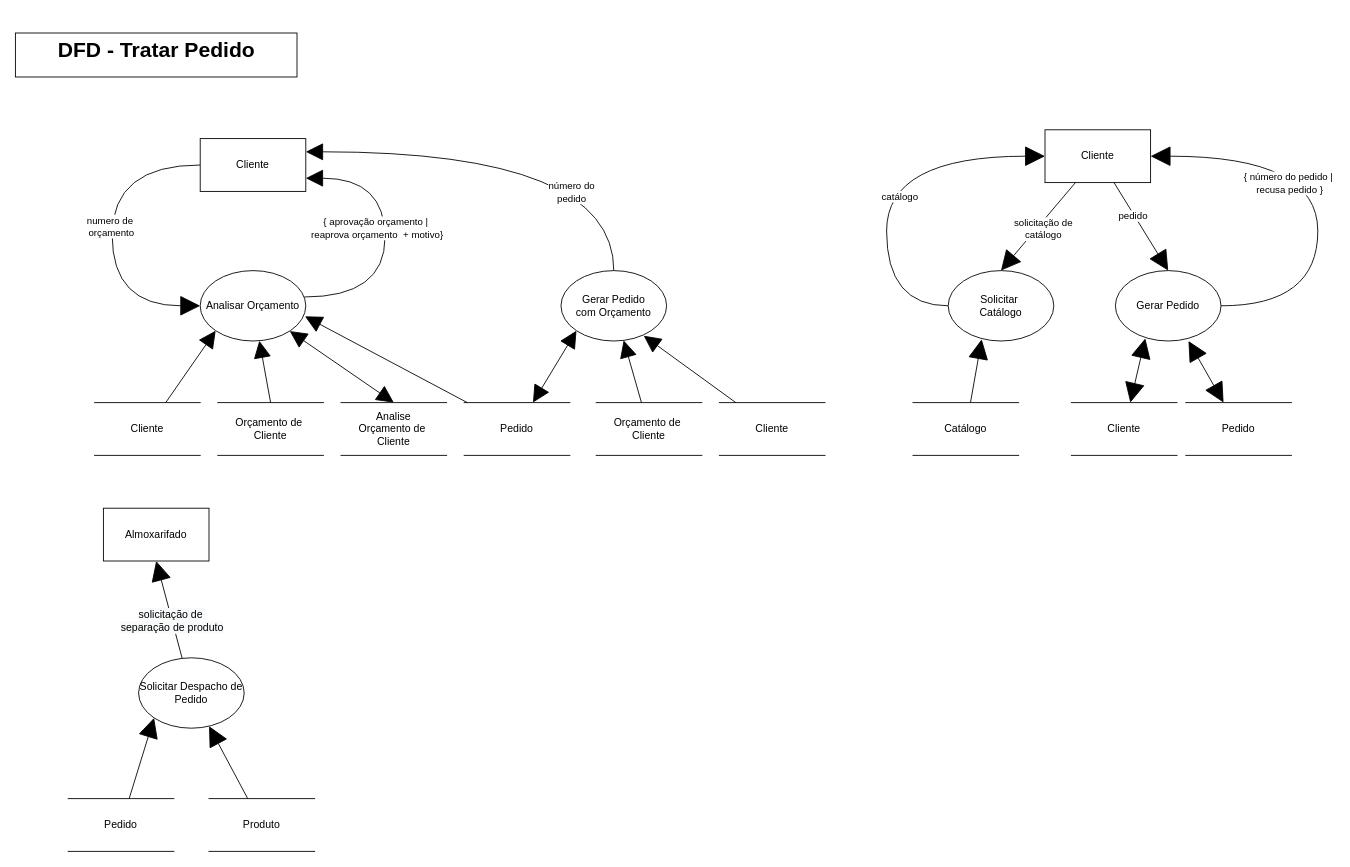
Earlier version of the draw.io diagram Documentation/Arquivos Editaveis/DFD Tratar Pedido.drawio (Systematicos/FindingApp). Source tidied: cells renumbered, new cells numbered last; positions are measured from the earlier drawing's top-left corner, leaving out a move shared by most shapes. Both pictures are drawn from the tidied source at 88%, with x=0, y=0 at pixel (15, 33).
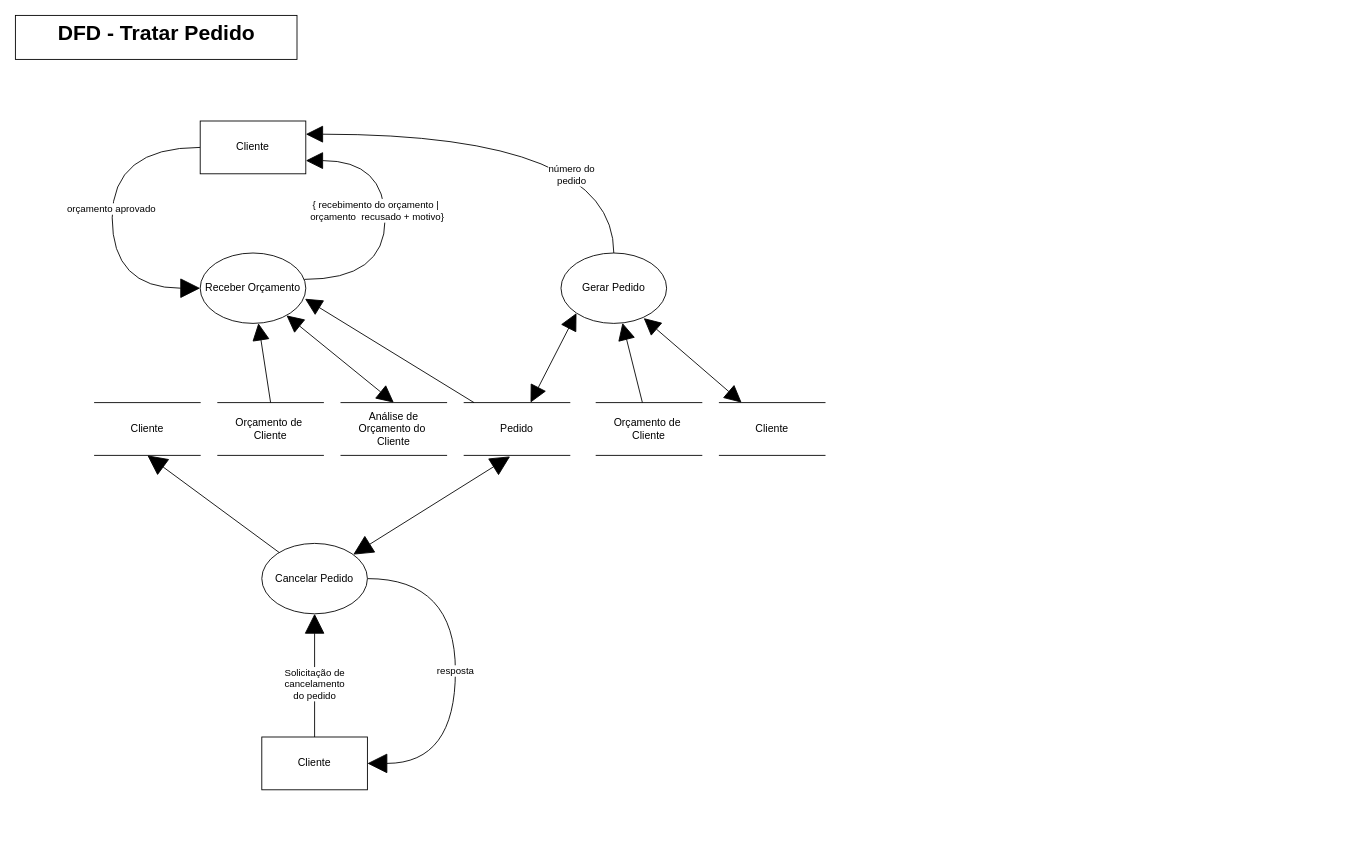
Above is the later version.

The change refers to these unchanged cells:
```xml
<mxCell id="6" value="Cliente" style="shape=partialRectangle;whiteSpace=wrap;html=1;left=0;right=0;fillColor=none;" parent="1" vertex="1">
  <mxGeometry x="90" y="420" width="120" height="60" as="geometry" />
</mxCell>
<mxCell id="20" value="Cliente" style="shape=partialRectangle;whiteSpace=wrap;html=1;left=0;right=0;fillColor=none;" parent="1" vertex="1">
  <mxGeometry x="800" y="420" width="120" height="60" as="geometry" />
</mxCell>
<mxCell id="23" value="Pedido" style="shape=partialRectangle;whiteSpace=wrap;html=1;left=0;right=0;fillColor=none;" parent="1" vertex="1">
  <mxGeometry x="510" y="420" width="120" height="60" as="geometry" />
</mxCell>
```

Diff of the diagram source:
```diff
@@
     <mxCell id="2" style="edgeStyle=orthogonalEdgeStyle;rounded=0;jettySize=auto;html=1;endSize=20;endArrow=block;endFill=1;startSize=20;entryX=0;entryY=0.5;entryDx=0;entryDy=0;curved=1;exitX=0;exitY=0.5;exitDx=0;exitDy=0;" parent="1" edge="1" source="4" target="12">
       <mxGeometry relative="1" as="geometry">
         <Array as="points">
-          <mxPoint x="110" y="150" />
-          <mxPoint x="110" y="310" />
+          <mxPoint x="110" y="130" />
+          <mxPoint x="110" y="290" />
         </Array>
       </mxGeometry>
     </mxCell>
-    <mxCell id="3" value="numero de&amp;nbsp;&lt;br&gt;orçamento" style="edgeLabel;html=1;align=center;verticalAlign=middle;" parent="2" vertex="1">
+    <mxCell id="3" value="orçamento aprovado" style="edgeLabel;html=1;align=center;verticalAlign=middle;" parent="2" vertex="1">
       <mxGeometry x="-0.27" y="-2" relative="1" as="geometry">
         <mxPoint y="38" as="offset" />
       </mxGeometry>
     </mxCell>
     <mxCell id="4" value="Cliente" style="rounded=0;whiteSpace=wrap;html=1;" parent="1" vertex="1">
-      <mxGeometry x="210" y="120" width="120" height="60" as="geometry" />
+      <mxGeometry x="210" y="100" width="120" height="60" as="geometry" />
     </mxCell>
-    <mxCell id="5" style="rounded=0;jettySize=auto;html=1;entryX=0;entryY=1;entryDx=0;entryDy=0;endSize=17;startArrow=none;startFill=0;startSize=17;endArrow=block;endFill=1;" parent="1" edge="1" source="6" target="12">
-      <mxGeometry relative="1" as="geometry" />
-    </mxCell>
@@
     <mxCell id="9" style="edgeStyle=orthogonalEdgeStyle;rounded=0;jettySize=auto;html=1;entryX=1;entryY=0.75;entryDx=0;entryDy=0;startArrow=none;startFill=0;startSize=17;endArrow=block;endFill=1;endSize=17;curved=1;" parent="1" edge="1" source="12" target="4">
       <mxGeometry relative="1" as="geometry">
         <Array as="points">
-          <mxPoint x="420" y="300" />
-          <mxPoint x="420" y="165" />
+          <mxPoint x="420" y="280" />
+          <mxPoint x="420" y="145" />
         </Array>
       </mxGeometry>
     </mxCell>
-    <mxCell id="10" value="{ aprovação orçamento |&amp;nbsp;&lt;br&gt;&amp;nbsp;reaprova orçamento&amp;nbsp; + motivo}&amp;nbsp;" style="edgeLabel;html=1;align=center;verticalAlign=middle;" parent="9" vertex="1">
+    <mxCell id="10" value="{ recebimento do orçamento |&amp;nbsp;&lt;br&gt;&amp;nbsp;orçamento&amp;nbsp; recusado + motivo}&amp;nbsp;" style="edgeLabel;html=1;align=center;verticalAlign=middle;" parent="9" vertex="1">
       <mxGeometry x="-0.4" y="27" relative="1" as="geometry">
         <mxPoint x="17" y="-75.9" as="offset" />
       </mxGeometry>
     </mxCell>
@@
-    <mxCell id="12" value="Analisar Orçamento" style="ellipse;whiteSpace=wrap;html=1;" parent="1" vertex="1">
-      <mxGeometry x="210" y="270" width="120" height="80" as="geometry" />
+    <mxCell id="12" value="Receber Orçamento" style="ellipse;whiteSpace=wrap;html=1;" parent="1" vertex="1">
+      <mxGeometry x="210" y="250" width="120" height="80" as="geometry" />
     </mxCell>
-    <mxCell id="13" value="Analise &lt;br&gt;Orçamento de&amp;nbsp;&lt;br&gt;Cliente" style="shape=partialRectangle;whiteSpace=wrap;html=1;left=0;right=0;fillColor=none;" parent="1" vertex="1">
+    <mxCell id="13" value="Análise de&lt;br&gt;Orçamento do&amp;nbsp;&lt;br&gt;Cliente" style="shape=partialRectangle;whiteSpace=wrap;html=1;left=0;right=0;fillColor=none;" parent="1" vertex="1">
       <mxGeometry x="370" y="420" width="120" height="60" as="geometry" />
     </mxCell>
     <mxCell id="14" style="edgeStyle=orthogonalEdgeStyle;rounded=0;jettySize=auto;html=1;entryX=1;entryY=0.25;entryDx=0;entryDy=0;startArrow=none;startFill=0;startSize=17;endArrow=block;endFill=1;endSize=17;curved=1;" parent="1" edge="1" source="16" target="4">
       <mxGeometry relative="1" as="geometry">
         <Array as="points">
-          <mxPoint x="680" y="135" />
+          <mxPoint x="680" y="115" />
         </Array>
       </mxGeometry>
     </mxCell>
@@
-    <mxCell id="16" value="Gerar Pedido&lt;br&gt;com Orçamento" style="ellipse;whiteSpace=wrap;html=1;" parent="1" vertex="1">
-      <mxGeometry x="620" y="270" width="120" height="80" as="geometry" />
+    <mxCell id="16" value="Gerar Pedido&lt;br&gt;" style="ellipse;whiteSpace=wrap;html=1;" parent="1" vertex="1">
+      <mxGeometry x="620" y="250" width="120" height="80" as="geometry" />
     </mxCell>
@@
-    <mxCell id="19" style="edgeStyle=none;rounded=0;jettySize=auto;html=1;entryX=0.783;entryY=0.925;entryDx=0;entryDy=0;entryPerimeter=0;startArrow=none;startFill=0;startSize=17;endArrow=block;endFill=1;endSize=17;" parent="1" edge="1" source="20" target="16">
+    <mxCell id="19" style="edgeStyle=none;rounded=0;jettySize=auto;html=1;entryX=0.783;entryY=0.925;entryDx=0;entryDy=0;entryPerimeter=0;startArrow=block;startFill=1;startSize=17;endArrow=block;endFill=1;endSize=17;" parent="1" edge="1" source="20" target="16">
       <mxGeometry relative="1" as="geometry" />
     </mxCell>
@@
     <mxCell id="24" style="edgeStyle=orthogonalEdgeStyle;rounded=0;orthogonalLoop=1;jettySize=auto;html=1;entryX=1;entryY=0.5;entryDx=0;entryDy=0;startArrow=none;startFill=0;startSize=17;endArrow=block;endFill=1;endSize=17;curved=1;" parent="1" edge="1">
       <mxGeometry relative="1" as="geometry">
-        <mxPoint x="270" y="585" as="targetPoint" />
+        <mxPoint x="270" y="565" as="targetPoint" />
         <Array as="points">
-          <mxPoint x="390" y="750" />
-          <mxPoint x="390" y="585" />
+          <mxPoint x="390" y="730" />
+          <mxPoint x="390" y="565" />
         </Array>
       </mxGeometry>
     </mxCell>
@@
-    <mxCell id="26" style="edgeStyle=orthogonalEdgeStyle;rounded=0;jettySize=auto;html=1;entryX=0;entryY=0.5;entryDx=0;entryDy=0;startSize=20;endArrow=block;endFill=1;endSize=20;curved=1;" parent="1" edge="1" source="28" target="36">
-      <mxGeometry relative="1" as="geometry">
-        <Array as="points">
-          <mxPoint x="990" y="310" />
-          <mxPoint x="990" y="140" />
-        </Array>
-      </mxGeometry>
-    </mxCell>
-    <mxCell id="27" value="catálogo" style="edgeLabel;html=1;align=center;verticalAlign=middle;" parent="26" vertex="1">
-      <mxGeometry x="-0.07" y="-14" relative="1" as="geometry" />
-    </mxCell>
-    <mxCell id="28" value="Solicitar&amp;nbsp;&lt;br&gt;Catálogo" style="ellipse;whiteSpace=wrap;html=1;" parent="1" vertex="1">
-      <mxGeometry x="1060" y="270" width="120" height="80" as="geometry" />
-    </mxCell>
-    <mxCell id="29" style="edgeStyle=orthogonalEdgeStyle;rounded=0;jettySize=auto;html=1;entryX=1;entryY=0.5;entryDx=0;entryDy=0;startSize=20;endArrow=block;endFill=1;endSize=20;curved=1;" parent="1" edge="1" source="31" target="36">
-      <mxGeometry relative="1" as="geometry">
-        <Array as="points">
-          <mxPoint x="1480" y="310" />
-          <mxPoint x="1480" y="140" />
-        </Array>
-      </mxGeometry>
-    </mxCell>
-    <mxCell id="30" value="{ número do pedido |&amp;nbsp;&lt;br&gt;recusa pedido }" style="edgeLabel;html=1;align=center;verticalAlign=middle;" parent="29" vertex="1">
-      <mxGeometry x="0.33" y="30" relative="1" as="geometry" />
-    </mxCell>
-    <mxCell id="31" value="Gerar Pedido" style="ellipse;whiteSpace=wrap;html=1;" parent="1" vertex="1">
-      <mxGeometry x="1250" y="270" width="120" height="80" as="geometry" />
-    </mxCell>
-    <mxCell id="32" style="rounded=0;jettySize=auto;html=1;endArrow=block;endFill=1;endSize=20;startSize=20;entryX=0.5;entryY=0;entryDx=0;entryDy=0;" parent="1" edge="1" source="36" target="28">
-      <mxGeometry relative="1" as="geometry" />
-    </mxCell>
-    <mxCell id="33" value="solicitação de&lt;br&gt;catálogo" style="edgeLabel;html=1;align=center;verticalAlign=middle;" parent="32" vertex="1">
-      <mxGeometry x="-0.03" y="6" relative="1" as="geometry" />
-    </mxCell>
-    <mxCell id="34" style="edgeStyle=none;rounded=0;jettySize=auto;html=1;entryX=0.5;entryY=0;entryDx=0;entryDy=0;startSize=20;endArrow=block;endFill=1;endSize=20;" parent="1" edge="1" source="36" target="31">
-      <mxGeometry relative="1" as="geometry" />
-    </mxCell>
-    <mxCell id="35" value="pedido" style="edgeLabel;html=1;align=center;verticalAlign=middle;" parent="34" vertex="1">
-      <mxGeometry x="-0.27" y="-2" relative="1" as="geometry" />
-    </mxCell>
-    <mxCell id="36" value="Cliente" style="rounded=0;whiteSpace=wrap;html=1;" parent="1" vertex="1">
-      <mxGeometry x="1170" y="110" width="120" height="60" as="geometry" />
-    </mxCell>
-    <mxCell id="37" style="rounded=0;jettySize=auto;html=1;entryX=0.317;entryY=0.975;entryDx=0;entryDy=0;entryPerimeter=0;startSize=20;endArrow=block;endFill=1;endSize=20;" parent="1" edge="1" source="38" target="28">
-      <mxGeometry relative="1" as="geometry" />
-    </mxCell>
-    <mxCell id="38" value="Catálogo" style="shape=partialRectangle;whiteSpace=wrap;html=1;left=0;right=0;fillColor=none;" parent="1" vertex="1">
-      <mxGeometry x="1020" y="420" width="120" height="60" as="geometry" />
-    </mxCell>
-    <mxCell id="39" style="rounded=0;jettySize=auto;html=1;entryX=0.283;entryY=0.963;entryDx=0;entryDy=0;entryPerimeter=0;startSize=20;endArrow=block;endFill=1;endSize=20;startArrow=block;startFill=1;" parent="1" edge="1" source="40" target="31">
-      <mxGeometry relative="1" as="geometry" />
-    </mxCell>
-    <mxCell id="40" value="Cliente" style="shape=partialRectangle;whiteSpace=wrap;html=1;left=0;right=0;fillColor=none;" parent="1" vertex="1">
-      <mxGeometry x="1200" y="420" width="120" height="60" as="geometry" />
-    </mxCell>
-    <mxCell id="41" style="edgeStyle=none;rounded=0;jettySize=auto;html=1;entryX=0.692;entryY=1;entryDx=0;entryDy=0;entryPerimeter=0;startArrow=block;startFill=1;startSize=20;endArrow=block;endFill=1;endSize=20;" parent="1" edge="1" source="42" target="31">
-      <mxGeometry relative="1" as="geometry" />
-    </mxCell>
-    <mxCell id="42" value="Pedido" style="shape=partialRectangle;whiteSpace=wrap;html=1;left=0;right=0;fillColor=none;" parent="1" vertex="1">
-      <mxGeometry x="1330" y="420" width="120" height="60" as="geometry" />
-    </mxCell>
-    <mxCell id="43" value="Almoxarifado" style="rounded=0;whiteSpace=wrap;html=1;" parent="1" vertex="1">
-      <mxGeometry x="100" y="540" width="120" height="60" as="geometry" />
-    </mxCell>
-    <mxCell id="44" style="edgeStyle=none;rounded=0;jettySize=auto;html=1;entryX=0.5;entryY=1;entryDx=0;entryDy=0;startArrow=none;startFill=0;startSize=20;endArrow=block;endFill=1;endSize=20;" parent="1" edge="1" source="46" target="43">
-      <mxGeometry relative="1" as="geometry" />
-    </mxCell>
-    <mxCell id="45" value="&lt;span style=&quot;font-size: 12px ; background-color: rgb(248 , 249 , 250)&quot;&gt;solicitação de&amp;nbsp;&lt;/span&gt;&lt;br style=&quot;font-size: 12px ; background-color: rgb(248 , 249 , 250)&quot;&gt;&lt;span style=&quot;font-size: 12px ; background-color: rgb(248 , 249 , 250)&quot;&gt;separação de produto&lt;/span&gt;" style="edgeLabel;html=1;align=center;verticalAlign=middle;" parent="44" vertex="1">
-      <mxGeometry x="-0.21" relative="1" as="geometry" />
-    </mxCell>
-    <mxCell id="46" value="Solicitar Despacho de Pedido" style="ellipse;whiteSpace=wrap;html=1;" parent="1" vertex="1">
-      <mxGeometry x="140" y="710" width="120" height="80" as="geometry" />
-    </mxCell>
-    <mxCell id="47" style="rounded=0;jettySize=auto;html=1;entryX=0;entryY=1;entryDx=0;entryDy=0;startArrow=none;startFill=0;startSize=20;endArrow=block;endFill=1;endSize=20;" parent="1" edge="1" source="48" target="46">
-      <mxGeometry relative="1" as="geometry" />
-    </mxCell>
-    <mxCell id="48" value="Pedido" style="shape=partialRectangle;whiteSpace=wrap;html=1;left=0;right=0;fillColor=none;" parent="1" vertex="1">
-      <mxGeometry x="60" y="870" width="120" height="60" as="geometry" />
-    </mxCell>
-    <mxCell id="49" style="edgeStyle=none;rounded=0;jettySize=auto;html=1;startArrow=none;startFill=0;startSize=20;endArrow=block;endFill=1;endSize=20;" parent="1" edge="1" source="50" target="46">
-      <mxGeometry relative="1" as="geometry" />
-    </mxCell>
-    <mxCell id="50" value="Produto" style="shape=partialRectangle;whiteSpace=wrap;html=1;left=0;right=0;fillColor=none;" parent="1" vertex="1">
-      <mxGeometry x="220" y="870" width="120" height="60" as="geometry" />
-    </mxCell>
     <mxCell id="51" style="group;" parent="1" vertex="1">
-      <mxGeometry width="320" height="50" as="geometry" />
+      <mxGeometry y="-20" width="320" height="50" as="geometry" />
     </mxCell>
@@
+    <mxCell id="54" value="Solicitação de&lt;br&gt;cancelamento&lt;br&gt;do pedido" style="edgeStyle=none;rounded=0;jettySize=auto;html=1;endArrow=block;endFill=1;startSize=20;endSize=20;" parent="1" edge="1" source="36" target="58">
+      <mxGeometry x="-0.14" relative="1" as="geometry" />
+    </mxCell>
+    <mxCell id="36" value="Cliente" style="rounded=0;whiteSpace=wrap;html=1;" parent="1" vertex="1">
+      <mxGeometry x="280" y="800" width="120" height="60" as="geometry" />
+    </mxCell>
+    <mxCell id="55" style="rounded=0;jettySize=auto;html=1;entryX=0.5;entryY=1;entryDx=0;entryDy=0;endSize=20;startSize=20;endArrow=block;endFill=1;" parent="1" edge="1" source="58" target="6">
+      <mxGeometry relative="1" as="geometry" />
+    </mxCell>
+    <mxCell id="56" style="edgeStyle=none;rounded=0;jettySize=auto;html=1;entryX=0.435;entryY=1.019;entryDx=0;entryDy=0;entryPerimeter=0;endArrow=block;endFill=1;startSize=20;endSize=20;startArrow=block;startFill=1;" parent="1" edge="1" source="58" target="23">
+      <mxGeometry relative="1" as="geometry" />
+    </mxCell>
+    <mxCell id="57" value="resposta" style="edgeStyle=orthogonalEdgeStyle;rounded=0;jettySize=auto;html=1;endArrow=block;endFill=1;startSize=20;endSize=20;curved=1;" parent="1" edge="1" source="58" target="36">
+      <mxGeometry relative="1" as="geometry">
+        <Array as="points">
+          <mxPoint x="500" y="620" />
+          <mxPoint x="500" y="830" />
+        </Array>
+      </mxGeometry>
+    </mxCell>
+    <mxCell id="58" value="Cancelar Pedido" style="ellipse;whiteSpace=wrap;html=1;" parent="1" vertex="1">
+      <mxGeometry x="280" y="580" width="120" height="80" as="geometry" />
+    </mxCell>
```
